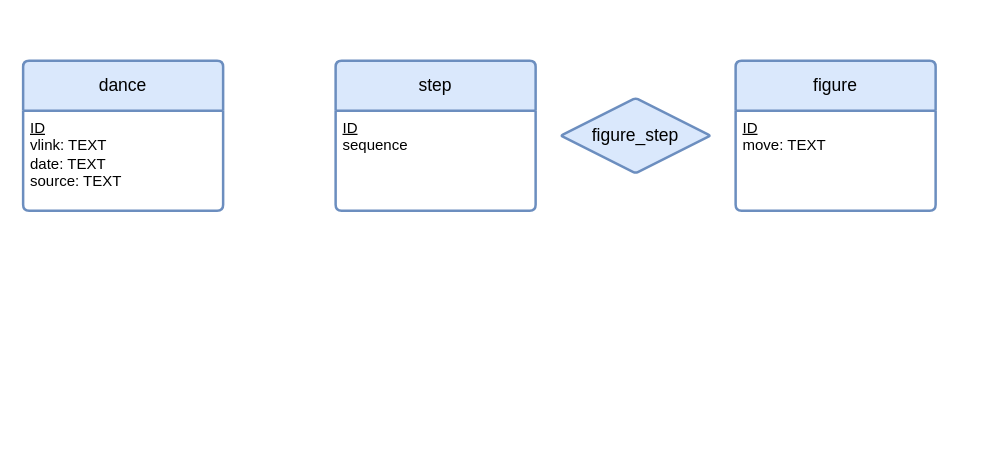
Lhawks202/Query_Curious keeps this draw.io diagram as P2/dances.drawio. Above is the earlier version. Source tidied: cells renumbered, new cells numbered last; positions are measured from the earlier drawing's top-left corner, leaving out a move shared by most shapes. Both pictures are drawn from the tidied source at 125%, with x=0, y=0 at pixel (22, 60).
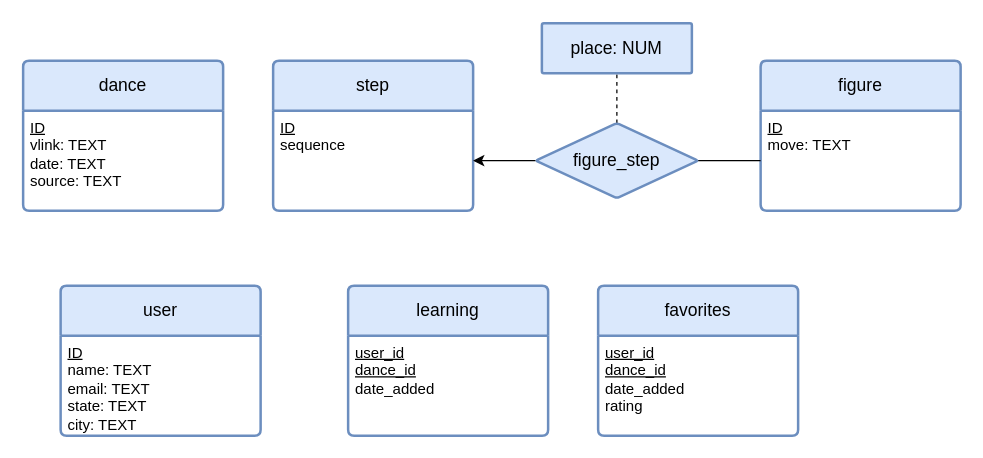
Above is the later version.

What changed in the source:
```diff
@@
 <mxGraphModel>
   <root>
     <mxCell id="0" />
     <mxCell id="1" parent="0" />
     <mxCell id="2" value="dance" style="swimlane;horizontal=1;startSize=40;rounded=1;fontSize=14;fontStyle=0;strokeWidth=2;shadow=0;dashed=0;align=center;arcSize=4;whiteSpace=wrap;html=1;fillColor=#dae8fc;strokeColor=#6c8ebf;" parent="1" vertex="1">
       <mxGeometry width="160" height="120" as="geometry" />
     </mxCell>
     <mxCell id="3" value="&lt;u&gt;ID&lt;/u&gt;&lt;div&gt;vlink: TEXT&lt;/div&gt;&lt;div&gt;date: TEXT&lt;/div&gt;&lt;div&gt;source: TEXT&lt;/div&gt;" style="align=left;strokeColor=none;fillColor=none;spacingLeft=4;spacingRight=4;fontSize=12;verticalAlign=top;html=1;whiteSpace=wrap;" parent="2" vertex="1">
       <mxGeometry y="40" width="160" height="80" as="geometry" />
     </mxCell>
     <mxCell id="4" value="step" style="swimlane;horizontal=1;startSize=40;rounded=1;fontSize=14;fontStyle=0;strokeWidth=2;shadow=0;dashed=0;align=center;arcSize=4;whiteSpace=wrap;html=1;fillColor=#dae8fc;strokeColor=#6c8ebf;" parent="1" vertex="1">
-      <mxGeometry x="250" width="160" height="120" as="geometry" />
+      <mxGeometry x="200" width="160" height="120" as="geometry" />
     </mxCell>
-    <mxCell id="5" value="&lt;u&gt;ID&lt;/u&gt;&lt;div&gt;sequence&lt;/div&gt;&lt;div&gt;&lt;br&gt;&lt;/div&gt;" style="align=left;strokeColor=none;fillColor=none;spacingLeft=4;spacingRight=4;fontSize=12;verticalAlign=top;html=1;whiteSpace=wrap;" parent="4" vertex="1">
+    <mxCell id="5" value="&lt;u&gt;ID&lt;/u&gt;&lt;div&gt;sequence&lt;/div&gt;" style="align=left;strokeColor=none;fillColor=none;spacingLeft=4;spacingRight=4;fontSize=12;verticalAlign=top;html=1;whiteSpace=wrap;" parent="4" vertex="1">
       <mxGeometry y="40" width="160" height="80" as="geometry" />
     </mxCell>
     <mxCell id="6" value="figure" style="swimlane;horizontal=1;startSize=40;rounded=1;fontSize=14;fontStyle=0;strokeWidth=2;shadow=0;dashed=0;align=center;arcSize=4;whiteSpace=wrap;html=1;fillColor=#dae8fc;strokeColor=#6c8ebf;" parent="1" vertex="1">
-      <mxGeometry x="570" width="160" height="120" as="geometry" />
+      <mxGeometry x="590" width="160" height="120" as="geometry" />
     </mxCell>
     <mxCell id="7" value="&lt;u&gt;ID&lt;/u&gt;&lt;div&gt;move: TEXT&lt;/div&gt;" style="align=left;strokeColor=none;fillColor=none;spacingLeft=4;spacingRight=4;fontSize=12;verticalAlign=top;html=1;whiteSpace=wrap;" parent="6" vertex="1">
       <mxGeometry y="40" width="160" height="80" as="geometry" />
     </mxCell>
+    <mxCell id="9" style="edgeStyle=orthogonalEdgeStyle;rounded=0;jettySize=auto;html=1;fontFamily=Helvetica;fontSize=14;fontColor=default;fontStyle=0;horizontal=1;" parent="1" edge="1" source="8">
+      <mxGeometry relative="1" as="geometry">
+        <mxPoint x="360" y="80" as="targetPoint" />
+      </mxGeometry>
+    </mxCell>
+    <mxCell id="10" style="edgeStyle=orthogonalEdgeStyle;rounded=0;jettySize=auto;html=1;fontFamily=Helvetica;fontSize=14;fontColor=default;fontStyle=0;horizontal=1;endArrow=none;startFill=0;" parent="1" edge="1" source="8" target="7">
+      <mxGeometry relative="1" as="geometry" />
+    </mxCell>
+    <mxCell id="11" style="edgeStyle=orthogonalEdgeStyle;rounded=0;jettySize=auto;html=1;fontFamily=Helvetica;fontSize=14;fontColor=default;fontStyle=0;horizontal=1;endArrow=none;startFill=0;dashed=1;" parent="1" edge="1" source="8" target="18">
+      <mxGeometry relative="1" as="geometry" />
+    </mxCell>
     <mxCell id="8" value="figure_step" style="shape=rhombus;perimeter=rhombusPerimeter;whiteSpace=wrap;html=1;align=center;rounded=1;shadow=0;dashed=0;strokeColor=#6c8ebf;strokeWidth=2;verticalAlign=middle;arcSize=4;fontFamily=Helvetica;fontSize=14;fontColor=default;fontStyle=0;horizontal=1;fillColor=#dae8fc;" parent="1" vertex="1">
-      <mxGeometry x="430" y="30" width="120" height="60" as="geometry" />
+      <mxGeometry x="410" y="50" width="130" height="60" as="geometry" />
     </mxCell>
+    <mxCell id="12" value="user" style="swimlane;horizontal=1;startSize=40;rounded=1;fontSize=14;fontStyle=0;strokeWidth=2;shadow=0;dashed=0;align=center;arcSize=4;whiteSpace=wrap;html=1;fillColor=#dae8fc;strokeColor=#6c8ebf;" parent="1" vertex="1">
+      <mxGeometry x="30" y="180" width="160" height="120" as="geometry" />
+    </mxCell>
+    <mxCell id="13" value="&lt;u&gt;ID&lt;/u&gt;&lt;div&gt;name: TEXT&lt;/div&gt;&lt;div&gt;email: TEXT&lt;/div&gt;&lt;div&gt;state: TEXT&lt;/div&gt;&lt;div&gt;city: TEXT&lt;/div&gt;" style="align=left;strokeColor=none;fillColor=none;spacingLeft=4;spacingRight=4;fontSize=12;verticalAlign=top;html=1;whiteSpace=wrap;" parent="12" vertex="1">
+      <mxGeometry y="40" width="160" height="80" as="geometry" />
+    </mxCell>
+    <mxCell id="14" value="learning" style="swimlane;horizontal=1;startSize=40;rounded=1;fontSize=14;fontStyle=0;strokeWidth=2;shadow=0;dashed=0;align=center;arcSize=4;whiteSpace=wrap;html=1;fillColor=#dae8fc;strokeColor=#6c8ebf;" parent="1" vertex="1">
+      <mxGeometry x="260" y="180" width="160" height="120" as="geometry" />
+    </mxCell>
+    <mxCell id="15" value="&lt;u&gt;user_id&lt;/u&gt;&lt;div&gt;&lt;u&gt;dance_id&lt;/u&gt;&lt;/div&gt;&lt;div&gt;date_added&lt;/div&gt;" style="align=left;strokeColor=none;fillColor=none;spacingLeft=4;spacingRight=4;fontSize=12;verticalAlign=top;html=1;whiteSpace=wrap;" parent="14" vertex="1">
+      <mxGeometry y="40" width="160" height="80" as="geometry" />
+    </mxCell>
+    <mxCell id="16" value="favorites" style="swimlane;horizontal=1;startSize=40;rounded=1;fontSize=14;fontStyle=0;strokeWidth=2;shadow=0;dashed=0;align=center;arcSize=4;whiteSpace=wrap;html=1;fillColor=#dae8fc;strokeColor=#6c8ebf;" parent="1" vertex="1">
+      <mxGeometry x="460" y="180" width="160" height="120" as="geometry" />
+    </mxCell>
+    <mxCell id="17" value="&lt;u&gt;user_id&lt;/u&gt;&lt;div&gt;&lt;u&gt;dance_id&lt;/u&gt;&lt;/div&gt;&lt;div&gt;date_added&lt;/div&gt;&lt;div&gt;rating&lt;/div&gt;" style="align=left;strokeColor=none;fillColor=none;spacingLeft=4;spacingRight=4;fontSize=12;verticalAlign=top;html=1;whiteSpace=wrap;" parent="16" vertex="1">
+      <mxGeometry y="40" width="160" height="80" as="geometry" />
+    </mxCell>
+    <mxCell id="18" value="place: NUM" style="whiteSpace=wrap;html=1;fontSize=14;fillColor=#dae8fc;strokeColor=#6c8ebf;rounded=1;shadow=0;dashed=0;strokeWidth=2;arcSize=4;fontStyle=0;horizontal=1;" parent="1" vertex="1">
+      <mxGeometry x="415" y="-30" width="120" height="40" as="geometry" />
+    </mxCell>
   </root>
 </mxGraphModel>
```
